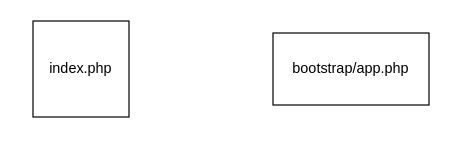
The draw.io diagram laravel.drawio in dongdonggo/draw, before the edit. Source tidied: cells renumbered, new cells numbered last; positions are measured from the earlier drawing's top-left corner, leaving out a move shared by most shapes. Both pictures are drawn from the tidied source at 120%, with x=0, y=0 at pixel (32, 20).
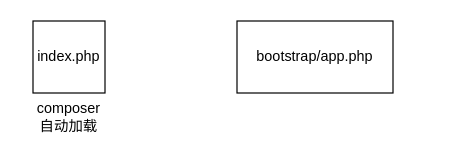
Above is the later version.

Diff of the diagram source:
```diff
@@
 <mxGraphModel>
   <root>
     <mxCell id="0" />
     <mxCell id="1" parent="0" />
     <mxCell id="2" value="index.php" style="whiteSpace=wrap;html=1;" parent="1" vertex="1">
-      <mxGeometry width="80" height="80" as="geometry" />
+      <mxGeometry width="60" height="60" as="geometry" />
     </mxCell>
     <mxCell id="3" value="bootstrap/app.php" style="whiteSpace=wrap;html=1;" parent="1" vertex="1">
-      <mxGeometry x="200" y="10" width="130" height="60" as="geometry" />
+      <mxGeometry x="170" width="130" height="60" as="geometry" />
     </mxCell>
+    <mxCell id="4" value="composer&lt;br&gt;自动加载" style="text;html=1;strokeColor=none;fillColor=none;align=center;verticalAlign=middle;whiteSpace=wrap;rounded=0;" parent="1" vertex="1">
+      <mxGeometry x="-10" y="70" width="80" height="20" as="geometry" />
+    </mxCell>
   </root>
 </mxGraphModel>
```
